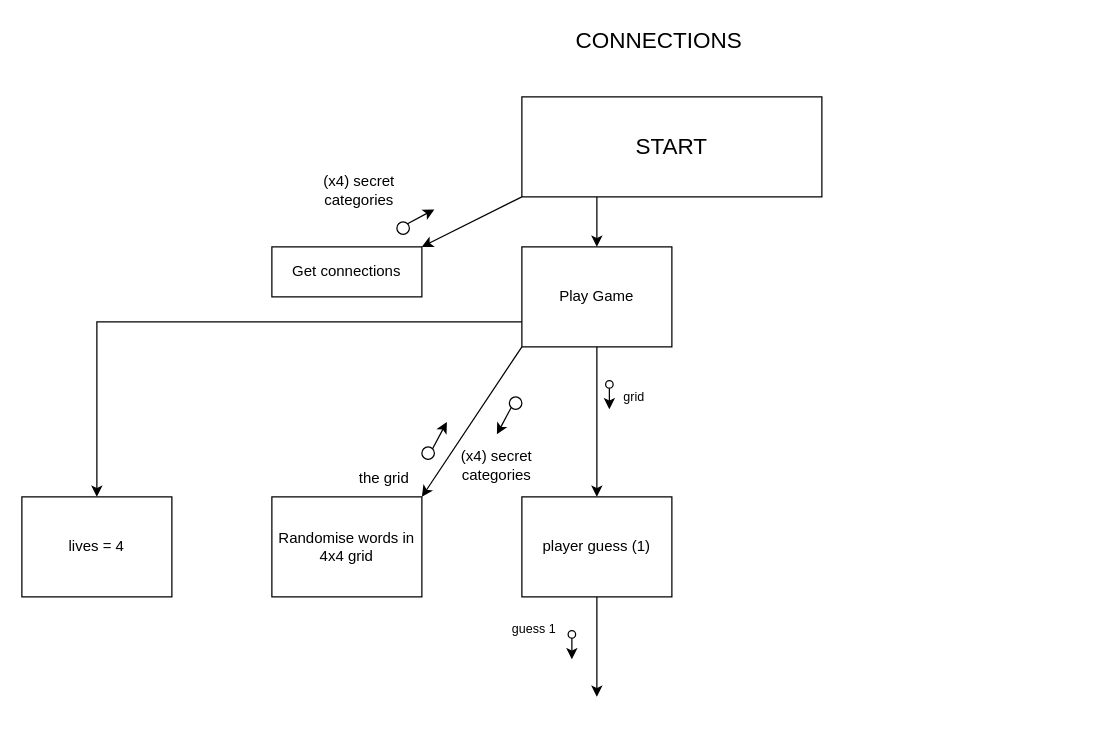
This is connections1.drawio from theycallmecooper/Assessment-Connections, a draw.io file, before an edit. Source tidied: cells renumbered, new cells numbered last; positions are measured from the earlier drawing's top-left corner, leaving out a move shared by most shapes. Both pictures are drawn from the tidied source at 125%, with x=0, y=0 at pixel (21, 21).
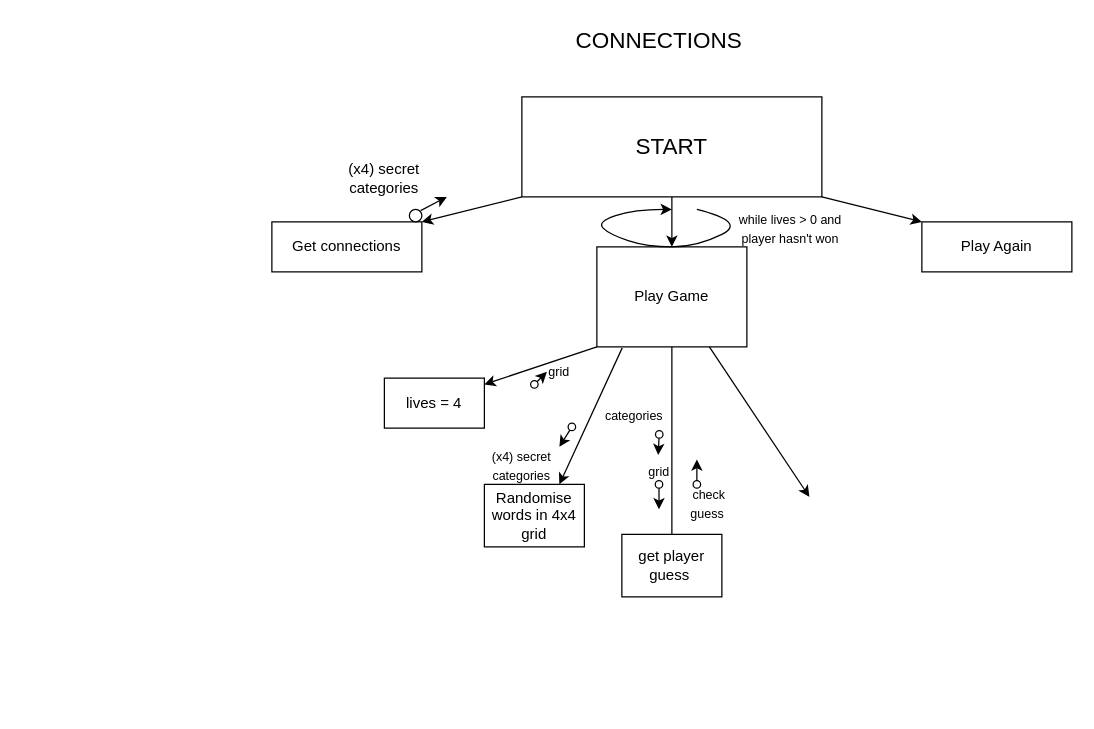
After the change.

Unchanged cells that the change refers to:
```xml
<mxCell id="3" value="&lt;font style=&quot;font-size: 18px;&quot;&gt;START&lt;/font&gt;" style="rounded=0;whiteSpace=wrap;html=1;" parent="1" vertex="1">
  <mxGeometry x="400" y="60" width="240" height="80" as="geometry" />
</mxCell>
```

Change to the diagram source:
```diff
@@
+    <mxCell id="9" style="edgeStyle=orthogonalEdgeStyle;rounded=0;jettySize=auto;html=1;exitX=0.5;exitY=1;exitDx=0;exitDy=0;entryX=0.5;entryY=0;entryDx=0;entryDy=0;" parent="1" edge="1" source="3" target="8">
+      <mxGeometry relative="1" as="geometry" />
+    </mxCell>
@@
     <mxCell id="4" value="Get connections" style="rounded=0;whiteSpace=wrap;html=1;" parent="1" vertex="1">
-      <mxGeometry x="200" y="180" width="120" height="40" as="geometry" />
+      <mxGeometry x="200" y="160" width="120" height="40" as="geometry" />
     </mxCell>
@@
     <mxCell id="6" style="edgeStyle=orthogonalEdgeStyle;rounded=0;jettySize=auto;html=1;exitX=0.5;exitY=1;exitDx=0;exitDy=0;entryX=0.5;entryY=0;entryDx=0;entryDy=0;" parent="1" edge="1" source="8" target="22">
-      <mxGeometry relative="1" as="geometry" />
+      <mxGeometry relative="1" as="geometry">
+        <Array as="points">
+          <mxPoint x="520" y="440" />
+        </Array>
+      </mxGeometry>
     </mxCell>
-    <mxCell id="7" style="edgeStyle=orthogonalEdgeStyle;rounded=0;jettySize=auto;html=1;exitX=0;exitY=0.75;exitDx=0;exitDy=0;entryX=0.5;entryY=0;entryDx=0;entryDy=0;" parent="1" edge="1" source="8" target="23">
-      <mxGeometry relative="1" as="geometry">
-        <Array as="points">
-          <mxPoint x="60" y="240" />
-        </Array>
-      </mxGeometry>
-    </mxCell>
     <mxCell id="8" value="Play Game" style="rounded=0;whiteSpace=wrap;html=1;" parent="1" vertex="1">
-      <mxGeometry x="400" y="180" width="120" height="80" as="geometry" />
+      <mxGeometry x="460" y="180" width="120" height="80" as="geometry" />
     </mxCell>
-    <mxCell id="9" style="endArrow=classic;html=1;rounded=0;exitX=0.25;exitY=1;exitDx=0;exitDy=0;entryX=0.5;entryY=0;entryDx=0;entryDy=0;" parent="1" edge="1" source="3" target="8">
-      <mxGeometry relative="1" as="geometry" />
-    </mxCell>
     <mxCell id="10" value="Randomise words in 4x4 grid" style="rounded=0;whiteSpace=wrap;html=1;" parent="1" vertex="1">
-      <mxGeometry x="200" y="380" width="120" height="80" as="geometry" />
+      <mxGeometry x="370" y="370" width="80" height="50" as="geometry" />
     </mxCell>
     <mxCell id="11" style="ellipse;whiteSpace=wrap;html=1;" parent="1" vertex="1">
-      <mxGeometry x="300" y="160" width="10" height="10" as="geometry" />
+      <mxGeometry x="310" y="150" width="10" height="10" as="geometry" />
     </mxCell>
-    <mxCell id="12" style="endArrow=classic;html=1;rounded=0;exitX=1;exitY=0;exitDx=0;exitDy=0;" parent="1" edge="1" source="11">
+    <mxCell id="12" style="endArrow=classic;html=1;rounded=0;" parent="1" edge="1">
       <mxGeometry relative="1" as="geometry">
-        <mxPoint x="330" y="150" as="targetPoint" />
+        <mxPoint x="319" y="151" as="sourcePoint" />
+        <mxPoint x="340" y="140" as="targetPoint" />
       </mxGeometry>
     </mxCell>
     <mxCell id="13" value="(x4) secret categories" style="text;html=1;align=center;verticalAlign=middle;whiteSpace=wrap;rounded=0;" parent="1" vertex="1">
-      <mxGeometry x="240" y="120" width="60" height="30" as="geometry" />
+      <mxGeometry x="260" y="110" width="60" height="30" as="geometry" />
     </mxCell>
-    <mxCell id="14" style="endArrow=classic;html=1;rounded=0;exitX=0;exitY=1;exitDx=0;exitDy=0;entryX=1;entryY=0;entryDx=0;entryDy=0;" parent="1" edge="1" source="8" target="10">
-      <mxGeometry relative="1" as="geometry" />
-    </mxCell>
-    <mxCell id="15" style="ellipse;whiteSpace=wrap;html=1;" parent="1" vertex="1">
-      <mxGeometry x="390" y="300" width="10" height="10" as="geometry" />
-    </mxCell>
-    <mxCell id="16" style="endArrow=classic;html=1;rounded=0;exitX=0;exitY=1;exitDx=0;exitDy=0;" parent="1" edge="1" source="15">
+    <mxCell id="16" style="endArrow=classic;html=1;rounded=0;startArrow=oval;startFill=0;" parent="1" edge="1">
       <mxGeometry relative="1" as="geometry">
-        <mxPoint x="380" y="330" as="targetPoint" />
+        <mxPoint x="440" y="324" as="sourcePoint" />
+        <mxPoint x="430" y="340" as="targetPoint" />
+        <Array as="points">
+          <mxPoint x="430" y="340" />
+        </Array>
       </mxGeometry>
     </mxCell>
-    <mxCell id="17" value="(x4) secret categories" style="text;html=1;align=center;verticalAlign=middle;whiteSpace=wrap;rounded=0;" parent="1" vertex="1">
-      <mxGeometry x="350" y="340" width="60" height="30" as="geometry" />
+    <mxCell id="17" value="&lt;font style=&quot;font-size: 10px;&quot;&gt;(x4) secret categories&lt;/font&gt;" style="text;html=1;align=center;verticalAlign=middle;whiteSpace=wrap;rounded=0;" parent="1" vertex="1">
+      <mxGeometry x="370" y="340" width="60" height="30" as="geometry" />
     </mxCell>
-    <mxCell id="18" style="ellipse;whiteSpace=wrap;html=1;" parent="1" vertex="1">
-      <mxGeometry x="320" y="340" width="10" height="10" as="geometry" />
-    </mxCell>
-    <mxCell id="19" value="the grid" style="text;html=1;align=center;verticalAlign=middle;whiteSpace=wrap;rounded=0;" parent="1" vertex="1">
-      <mxGeometry x="260" y="350" width="60" height="30" as="geometry" />
+    <mxCell id="19" value="&lt;font style=&quot;font-size: 10px;&quot;&gt;grid&lt;/font&gt;" style="text;html=1;align=center;verticalAlign=middle;whiteSpace=wrap;rounded=0;" parent="1" vertex="1">
+      <mxGeometry x="420" y="275" width="20" height="10" as="geometry" />
     </mxCell>
-    <mxCell id="20" style="endArrow=classic;html=1;rounded=0;exitX=1;exitY=0;exitDx=0;exitDy=0;" parent="1" edge="1" source="18">
-      <mxGeometry relative="1" as="geometry">
-        <mxPoint x="340" y="320" as="targetPoint" />
-      </mxGeometry>
-    </mxCell>
-    <mxCell id="21" style="edgeStyle=orthogonalEdgeStyle;rounded=0;jettySize=auto;html=1;exitX=0.5;exitY=1;exitDx=0;exitDy=0;" parent="1" edge="1" source="22">
-      <mxGeometry relative="1" as="geometry">
-        <mxPoint x="460" y="540" as="targetPoint" />
-      </mxGeometry>
-    </mxCell>
-    <mxCell id="22" value="player guess (1)" style="rounded=0;whiteSpace=wrap;html=1;" parent="1" vertex="1">
-      <mxGeometry x="400" y="380" width="120" height="80" as="geometry" />
+    <mxCell id="22" value="get player guess&amp;nbsp;" style="rounded=0;whiteSpace=wrap;html=1;" parent="1" vertex="1">
+      <mxGeometry x="480" y="410" width="80" height="50" as="geometry" />
     </mxCell>
     <mxCell id="23" value="lives = 4" style="rounded=0;whiteSpace=wrap;html=1;" parent="1" vertex="1">
-      <mxGeometry y="380" width="120" height="80" as="geometry" />
+      <mxGeometry x="290" y="285" width="80" height="40" as="geometry" />
     </mxCell>
     <mxCell id="24" style="endArrow=classic;html=1;rounded=0;startArrow=oval;startFill=0;" parent="1" edge="1">
       <mxGeometry relative="1" as="geometry">
-        <mxPoint x="470" y="290" as="sourcePoint" />
-        <mxPoint x="470" y="310" as="targetPoint" />
+        <mxPoint x="509.7" y="370" as="sourcePoint" />
+        <mxPoint x="509.7" y="390" as="targetPoint" />
       </mxGeometry>
     </mxCell>
     <mxCell id="25" style="endArrow=classic;html=1;rounded=0;startArrow=oval;startFill=0;" parent="1" edge="1">
       <mxGeometry relative="1" as="geometry">
-        <mxPoint x="440" y="490" as="sourcePoint" />
-        <mxPoint x="440" y="510" as="targetPoint" />
+        <mxPoint x="540" y="370" as="sourcePoint" />
+        <mxPoint x="540" y="350" as="targetPoint" />
       </mxGeometry>
     </mxCell>
     <mxCell id="26" value="&lt;font style=&quot;font-size: 10px;&quot;&gt;grid&lt;/font&gt;" style="text;html=1;align=center;verticalAlign=middle;whiteSpace=wrap;rounded=0;" parent="1" vertex="1">
-      <mxGeometry x="480" y="290" width="20" height="20" as="geometry" />
+      <mxGeometry x="500" y="350" width="20" height="20" as="geometry" />
     </mxCell>
-    <mxCell id="27" value="&lt;font style=&quot;font-size: 10px;&quot;&gt;guess 1&lt;/font&gt;" style="text;html=1;align=center;verticalAlign=middle;whiteSpace=wrap;rounded=0;" parent="1" vertex="1">
-      <mxGeometry x="390" y="470" width="40" height="30" as="geometry" />
+    <mxCell id="27" value="&lt;font style=&quot;font-size: 10px;&quot;&gt;check guess&amp;nbsp;&lt;/font&gt;" style="text;html=1;align=center;verticalAlign=middle;whiteSpace=wrap;rounded=0;" parent="1" vertex="1">
+      <mxGeometry x="530" y="370" width="40" height="30" as="geometry" />
     </mxCell>
+    <mxCell id="28" value="Play Again" style="rounded=0;whiteSpace=wrap;html=1;" parent="1" vertex="1">
+      <mxGeometry x="720" y="160" width="120" height="40" as="geometry" />
+    </mxCell>
+    <mxCell id="29" style="endArrow=classic;html=1;rounded=0;exitX=1;exitY=1;exitDx=0;exitDy=0;entryX=0;entryY=0;entryDx=0;entryDy=0;" parent="1" edge="1" source="3" target="28">
+      <mxGeometry relative="1" as="geometry" />
+    </mxCell>
+    <mxCell id="30" style="curved=1;endArrow=classic;html=1;rounded=0;" parent="1" edge="1">
+      <mxGeometry relative="1" as="geometry">
+        <mxPoint x="540" y="150" as="sourcePoint" />
+        <mxPoint x="520" y="150" as="targetPoint" />
+        <Array as="points">
+          <mxPoint x="580" y="160" />
+          <mxPoint x="540" y="180" />
+          <mxPoint x="500" y="180" />
+          <mxPoint x="470" y="170" />
+          <mxPoint x="460" y="160" />
+          <mxPoint x="490" y="150" />
+        </Array>
+      </mxGeometry>
+    </mxCell>
+    <mxCell id="31" style="edgeStyle=orthogonalEdgeStyle;rounded=0;orthogonalLoop=1;jettySize=auto;html=1;exitX=0.5;exitY=1;exitDx=0;exitDy=0;" parent="1" edge="1" source="23" target="23">
+      <mxGeometry relative="1" as="geometry" />
+    </mxCell>
+    <mxCell id="32" style="endArrow=classic;html=1;rounded=0;exitX=0;exitY=1;exitDx=0;exitDy=0;" parent="1" edge="1" source="8">
+      <mxGeometry relative="1" as="geometry">
+        <mxPoint x="370" y="290" as="targetPoint" />
+      </mxGeometry>
+    </mxCell>
+    <mxCell id="14" style="endArrow=classic;html=1;rounded=0;entryX=0.75;entryY=0;entryDx=0;entryDy=0;exitX=0.169;exitY=1.01;exitDx=0;exitDy=0;exitPerimeter=0;" parent="1" edge="1" source="8" target="10">
+      <mxGeometry relative="1" as="geometry" />
+    </mxCell>
+    <mxCell id="33" value="&lt;font style=&quot;font-size: 10px;&quot;&gt;while lives &amp;gt; 0 and player hasn't won&lt;/font&gt;" style="text;html=1;align=center;verticalAlign=middle;whiteSpace=wrap;rounded=0;" parent="1" vertex="1">
+      <mxGeometry x="570" y="150" width="90" height="30" as="geometry" />
+    </mxCell>
+    <mxCell id="34" style="endArrow=classic;html=1;rounded=0;startArrow=oval;startFill=0;" parent="1" edge="1">
+      <mxGeometry relative="1" as="geometry">
+        <mxPoint x="410" y="290" as="sourcePoint" />
+        <mxPoint x="420" y="280" as="targetPoint" />
+        <Array as="points">
+          <mxPoint x="410" y="290" />
+        </Array>
+      </mxGeometry>
+    </mxCell>
+    <mxCell id="35" style="endArrow=classic;html=1;rounded=0;startArrow=oval;startFill=0;entryX=0.451;entryY=-0.174;entryDx=0;entryDy=0;entryPerimeter=0;" parent="1" edge="1" target="26">
+      <mxGeometry relative="1" as="geometry">
+        <mxPoint x="509.9" y="330" as="sourcePoint" />
+      </mxGeometry>
+    </mxCell>
+    <mxCell id="36" value="&lt;font style=&quot;font-size: 10px;&quot;&gt;categories&lt;/font&gt;" style="text;html=1;align=center;verticalAlign=middle;whiteSpace=wrap;rounded=0;" parent="1" vertex="1">
+      <mxGeometry x="470" y="305" width="40" height="20" as="geometry" />
+    </mxCell>
+    <mxCell id="37" style="endArrow=classic;html=1;rounded=0;exitX=0.75;exitY=1;exitDx=0;exitDy=0;" parent="1" edge="1" source="8">
+      <mxGeometry relative="1" as="geometry">
+        <mxPoint x="630" y="380" as="targetPoint" />
+      </mxGeometry>
+    </mxCell>
```
